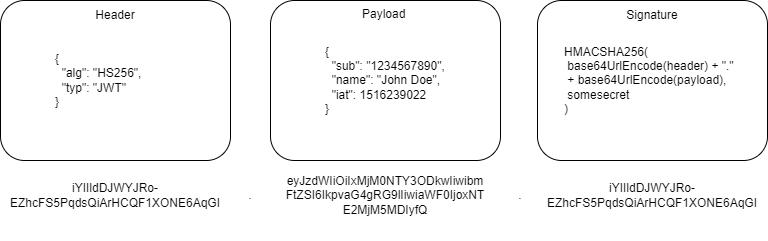
This is docs/jwt.drawio.png from TMarekAgh/remember, a draw.io export, as it was before one commit. Source tidied: cells renumbered, new cells last; positions are measured from the earlier drawing's top-left corner, leaving out a move shared by most shapes.
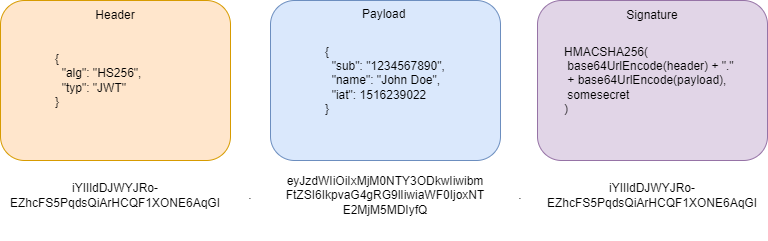
After the commit.

Diff of the diagram source:
```diff
@@ -2,7 +2,7 @@
   <root>
     <mxCell id="0" />
     <mxCell id="1" parent="0" />
-    <mxCell id="2" value="&lt;div style=&quot;&quot;&gt;&lt;br&gt;&lt;/div&gt;" style="rounded=1;whiteSpace=wrap;html=1;align=left;" parent="1" vertex="1">
+    <mxCell id="2" value="&lt;div style=&quot;&quot;&gt;&lt;br&gt;&lt;/div&gt;" style="rounded=1;whiteSpace=wrap;html=1;align=left;fillColor=#ffe6cc;strokeColor=#d79b00;" parent="1" vertex="1">
       <mxGeometry width="230" height="160" as="geometry" />
     </mxCell>
     <mxCell id="3" value="iYIIldDJWYJRo-EZhcFS5PqdsQiArHCQF1XONE6AqGI" style="text;html=1;strokeColor=none;fillColor=none;align=center;verticalAlign=middle;whiteSpace=wrap;rounded=0;" parent="1" vertex="1">
@@ -20,10 +20,10 @@
     <mxCell id="7" value="iYIIldDJWYJRo-EZhcFS5PqdsQiArHCQF1XONE6AqGI" style="text;html=1;strokeColor=none;fillColor=none;align=center;verticalAlign=middle;whiteSpace=wrap;rounded=0;" parent="1" vertex="1">
       <mxGeometry x="537" y="180" width="230" height="30" as="geometry" />
     </mxCell>
-    <mxCell id="8" style="rounded=1;whiteSpace=wrap;html=1;" parent="1" vertex="1">
+    <mxCell id="8" style="rounded=1;whiteSpace=wrap;html=1;fillColor=#dae8fc;strokeColor=#6c8ebf;" parent="1" vertex="1">
       <mxGeometry x="270" width="230" height="160" as="geometry" />
     </mxCell>
-    <mxCell id="9" style="rounded=1;whiteSpace=wrap;html=1;" parent="1" vertex="1">
+    <mxCell id="9" style="rounded=1;whiteSpace=wrap;html=1;fillColor=#e1d5e7;strokeColor=#9673a6;" parent="1" vertex="1">
       <mxGeometry x="537" width="230" height="160" as="geometry" />
     </mxCell>
     <mxCell id="10" value="{ &lt;br&gt;&amp;nbsp; &quot;alg&quot;: &quot;HS256&quot;,&lt;br&gt;&amp;nbsp; &quot;typ&quot;: &quot;JWT&quot; &lt;br&gt;}" style="text;html=1;strokeColor=none;fillColor=none;align=left;verticalAlign=middle;whiteSpace=wrap;rounded=0;fontSize=12;" parent="1" vertex="1">
```
